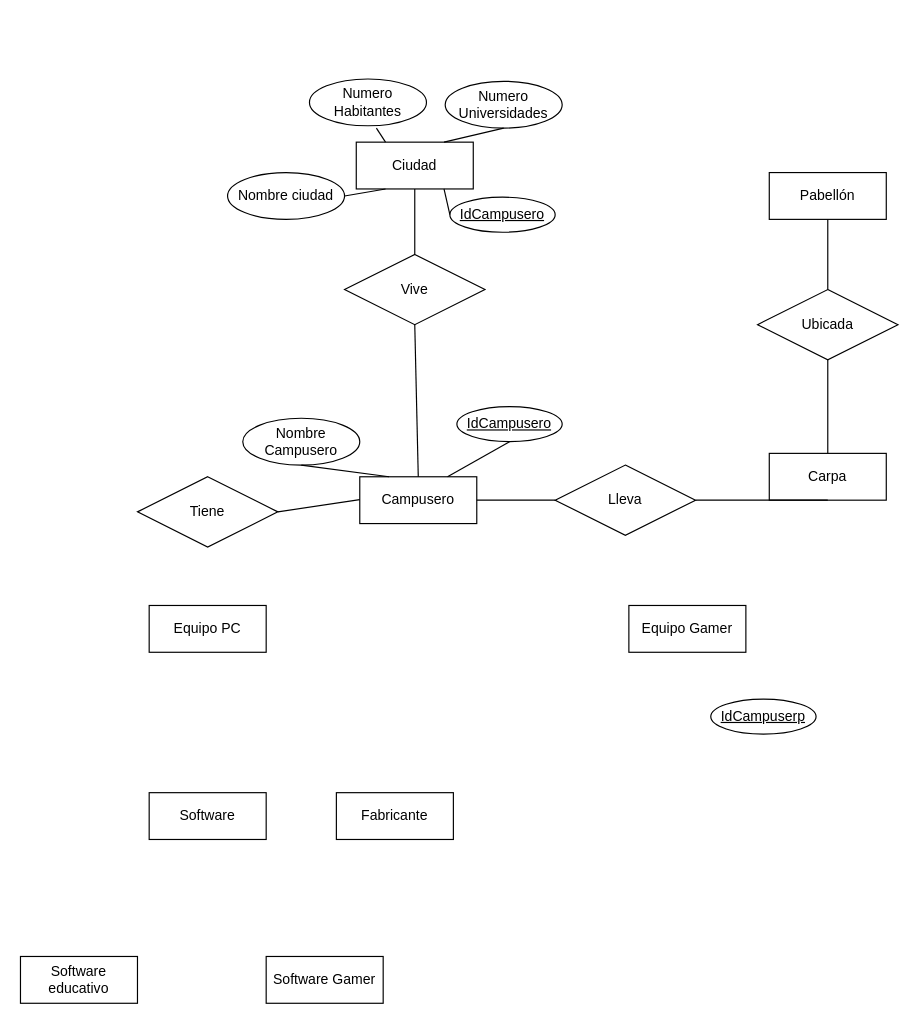
The draw.io diagram Diagrama sin título.drawio in TatianaVZ5/gdatos., before the edit. Source tidied: cells renumbered, new cells numbered last; positions are measured from the earlier drawing's top-left corner, leaving out a move shared by most shapes. Both pictures are drawn from the tidied source at 117%, with x=0, y=0 at pixel (20, 78).
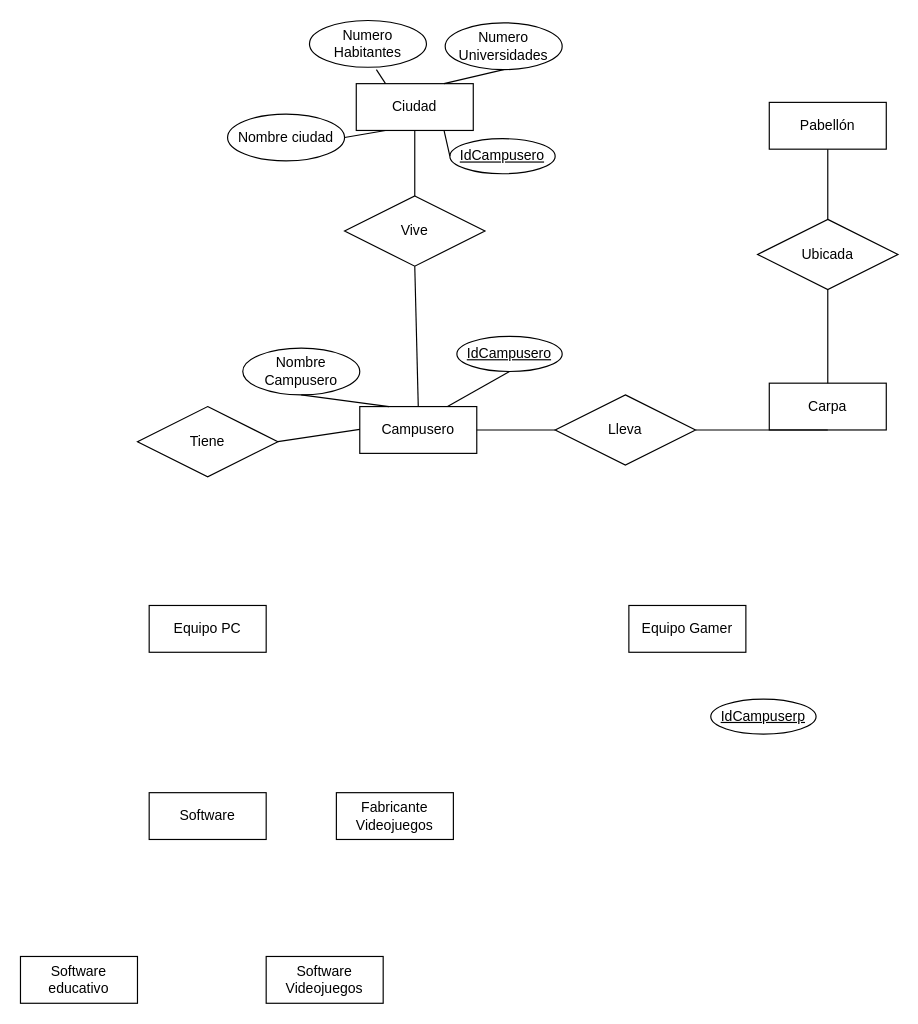
The same diagram, later.

Change to the diagram source:
```diff
@@
     <mxCell id="2" value="Campusero" style="whiteSpace=wrap;html=1;align=center;" parent="1" vertex="1">
-      <mxGeometry x="290" y="340" width="100" height="40" as="geometry" />
+      <mxGeometry x="290" y="280" width="100" height="40" as="geometry" />
     </mxCell>
     <mxCell id="3" value="IdCampusero" style="ellipse;whiteSpace=wrap;html=1;align=center;fontStyle=4;" parent="1" vertex="1">
-      <mxGeometry x="373" y="280" width="90" height="30" as="geometry" />
+      <mxGeometry x="373" y="220" width="90" height="30" as="geometry" />
     </mxCell>
@@
     <mxCell id="5" value="Ciudad" style="whiteSpace=wrap;html=1;align=center;" parent="1" vertex="1">
-      <mxGeometry x="287" y="54" width="100" height="40" as="geometry" />
+      <mxGeometry x="287" y="4" width="100" height="40" as="geometry" />
     </mxCell>
@@
     <mxCell id="7" value="Carpa" style="whiteSpace=wrap;html=1;align=center;" parent="1" vertex="1">
-      <mxGeometry x="640" y="320" width="100" height="40" as="geometry" />
+      <mxGeometry x="640" y="260" width="100" height="40" as="geometry" />
     </mxCell>
     <mxCell id="8" value="Pabellón" style="whiteSpace=wrap;html=1;align=center;" parent="1" vertex="1">
-      <mxGeometry x="640" y="80" width="100" height="40" as="geometry" />
+      <mxGeometry x="640" y="20" width="100" height="40" as="geometry" />
     </mxCell>
@@
-    <mxCell id="12" value="Software Gamer" style="whiteSpace=wrap;html=1;align=center;" parent="1" vertex="1">
+    <mxCell id="12" value="Software Videojuegos" style="whiteSpace=wrap;html=1;align=center;" parent="1" vertex="1">
       <mxGeometry x="210" y="750" width="100" height="40" as="geometry" />
     </mxCell>
-    <mxCell id="13" value="Fabricante" style="whiteSpace=wrap;html=1;align=center;" parent="1" vertex="1">
+    <mxCell id="13" value="Fabricante Videojuegos" style="whiteSpace=wrap;html=1;align=center;" parent="1" vertex="1">
       <mxGeometry x="270" y="610" width="100" height="40" as="geometry" />
     </mxCell>
     <mxCell id="14" value="Nombre Campusero" style="ellipse;whiteSpace=wrap;html=1;align=center;" parent="1" vertex="1">
-      <mxGeometry x="190" y="290" width="100" height="40" as="geometry" />
+      <mxGeometry x="190" y="230" width="100" height="40" as="geometry" />
     </mxCell>
     <mxCell id="15" value="Lleva" style="shape=rhombus;perimeter=rhombusPerimeter;whiteSpace=wrap;html=1;align=center;" parent="1" vertex="1">
-      <mxGeometry x="457" y="330" width="120" height="60" as="geometry" />
+      <mxGeometry x="457" y="270" width="120" height="60" as="geometry" />
     </mxCell>
     <mxCell id="16" value="Tiene" style="shape=rhombus;perimeter=rhombusPerimeter;whiteSpace=wrap;html=1;align=center;" parent="1" vertex="1">
-      <mxGeometry x="100" y="340" width="120" height="60" as="geometry" />
+      <mxGeometry x="100" y="280" width="120" height="60" as="geometry" />
     </mxCell>
     <mxCell id="17" value="Vive" style="shape=rhombus;perimeter=rhombusPerimeter;whiteSpace=wrap;html=1;align=center;" parent="1" vertex="1">
-      <mxGeometry x="277" y="150" width="120" height="60" as="geometry" />
+      <mxGeometry x="277" y="100" width="120" height="60" as="geometry" />
     </mxCell>
@@
     <mxCell id="22" value="IdCampusero" style="ellipse;whiteSpace=wrap;html=1;align=center;fontStyle=4;" parent="1" vertex="1">
-      <mxGeometry x="367" y="101" width="90" height="30" as="geometry" />
+      <mxGeometry x="367" y="51" width="90" height="30" as="geometry" />
     </mxCell>
     <mxCell id="23" value="Numero Habitantes" style="ellipse;whiteSpace=wrap;html=1;align=center;" parent="1" vertex="1">
-      <mxGeometry x="247" width="100" height="40" as="geometry" />
+      <mxGeometry x="247" y="-50" width="100" height="40" as="geometry" />
     </mxCell>
     <mxCell id="24" value="Numero Universidades" style="ellipse;whiteSpace=wrap;html=1;align=center;" parent="1" vertex="1">
-      <mxGeometry x="363" y="2" width="100" height="40" as="geometry" />
+      <mxGeometry x="363" y="-48" width="100" height="40" as="geometry" />
     </mxCell>
@@
     <mxCell id="28" value="Nombre ciudad" style="ellipse;whiteSpace=wrap;html=1;align=center;" parent="1" vertex="1">
-      <mxGeometry x="177" y="80" width="100" height="40" as="geometry" />
+      <mxGeometry x="177" y="30" width="100" height="40" as="geometry" />
     </mxCell>
@@
     <mxCell id="30" style="endArrow=none;html=1;rounded=0;exitX=1;exitY=0.5;exitDx=0;exitDy=0;" parent="1" edge="1" source="16">
       <mxGeometry relative="1" as="geometry">
-        <mxPoint x="290" y="359.5" as="targetPoint" />
+        <mxPoint x="290" y="299.5" as="targetPoint" />
       </mxGeometry>
     </mxCell>
     <mxCell id="31" value="Ubicada" style="shape=rhombus;perimeter=rhombusPerimeter;whiteSpace=wrap;html=1;align=center;" parent="1" vertex="1">
-      <mxGeometry x="630" y="180" width="120" height="60" as="geometry" />
+      <mxGeometry x="630" y="120" width="120" height="60" as="geometry" />
     </mxCell>
```
